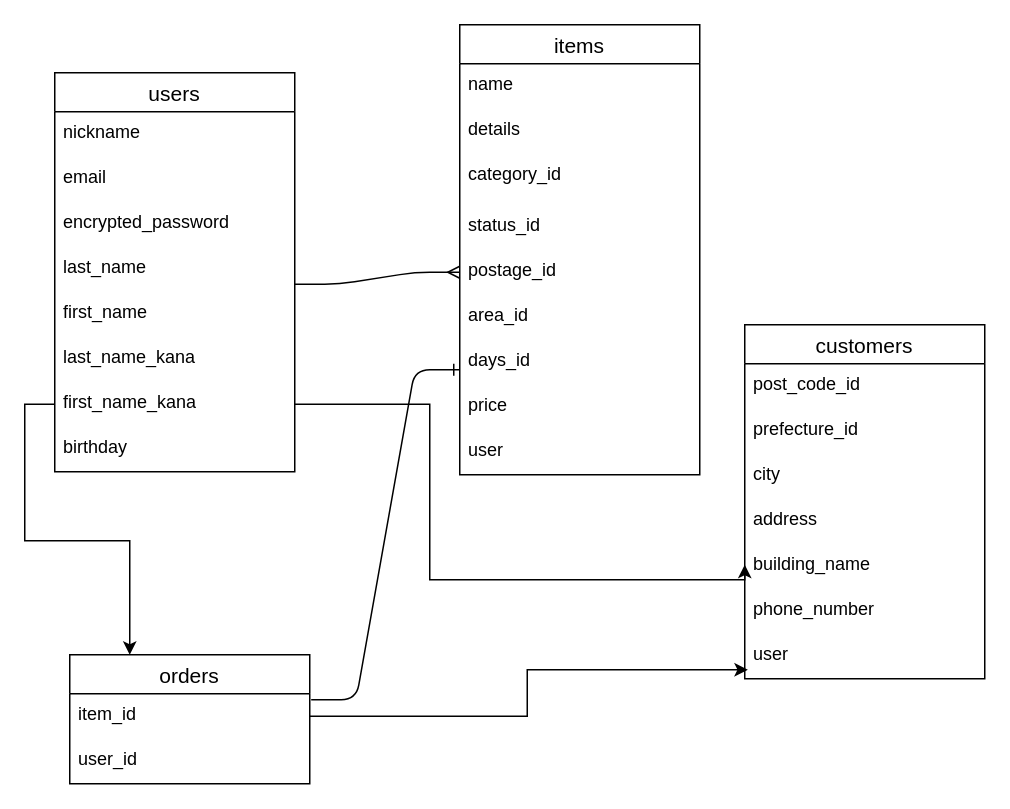
Above: test.dio in nozomi-itou/furima-32970 (draw.io), before the change. Source tidied: cells renumbered, new cells numbered last; positions are measured from the earlier drawing's top-left corner, leaving out a move shared by most shapes. Both pictures are drawn from the tidied source at 150%, with x=0, y=0 at pixel (54, 24).
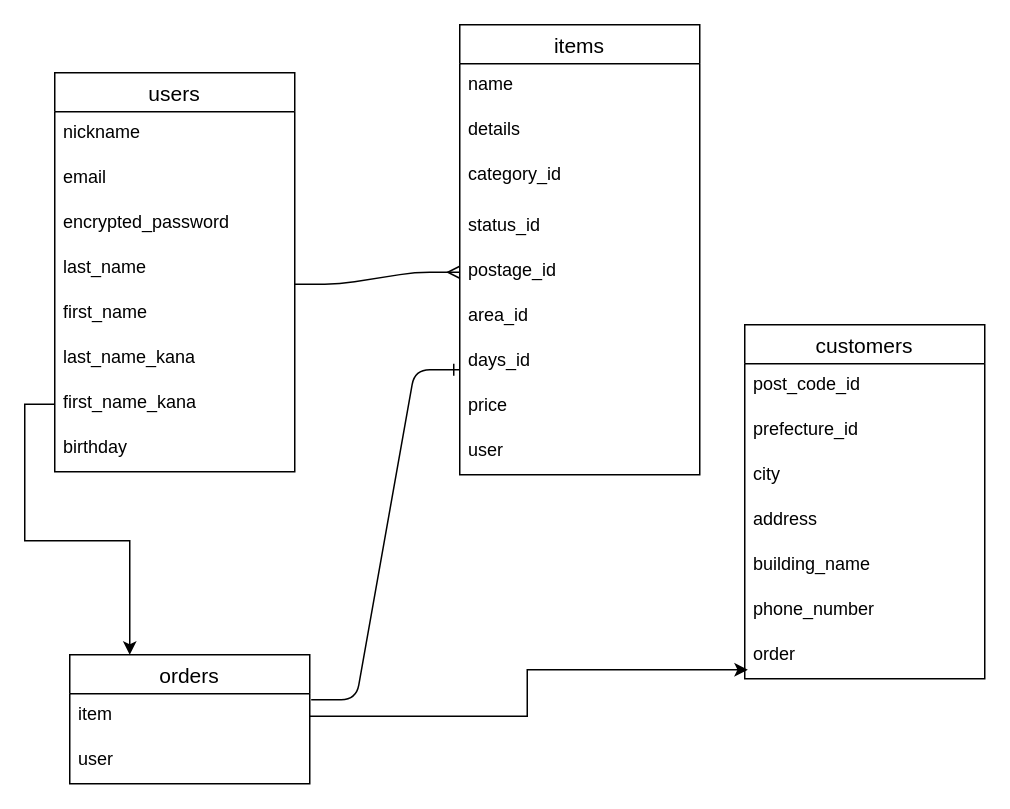
The same page after the edit.

Commit message (it also covers changes not shown here):
データベース設計の修正

Unchanged cells that the change refers to:
```xml
<mxCell id="19" value="first_name_kana" style="text;strokeColor=none;fillColor=none;spacingLeft=4;spacingRight=4;overflow=hidden;points=[[0,0.5],[1,0.5]];portConstraint=eastwest;fontSize=12;align=left;" parent="12" vertex="1">
  <mxGeometry y="206" width="160" height="30" as="geometry" />
</mxCell>
<mxCell id="21" value="orders" style="swimlane;fontStyle=0;horizontal=1;startSize=26;align=center;fontSize=14;" parent="1" vertex="1">
  <mxGeometry x="10" y="420" width="160" height="86" as="geometry" />
</mxCell>
<mxCell id="24" value="customers" style="swimlane;fontStyle=0;horizontal=1;startSize=26;align=center;fontSize=14;" parent="1" vertex="1">
  <mxGeometry x="460" y="200" width="160" height="236" as="geometry" />
</mxCell>
```

Change to the diagram source:
```diff
@@
-    <mxCell id="22" value="item_id" style="text;strokeColor=none;fillColor=none;spacingLeft=4;spacingRight=4;overflow=hidden;points=[[0,0.5],[1,0.5]];portConstraint=eastwest;fontSize=12;" parent="21" vertex="1">
+    <mxCell id="22" value="item" style="text;strokeColor=none;fillColor=none;spacingLeft=4;spacingRight=4;overflow=hidden;points=[[0,0.5],[1,0.5]];portConstraint=eastwest;fontSize=12;" parent="21" vertex="1">
       <mxGeometry y="26" width="160" height="30" as="geometry" />
     </mxCell>
-    <mxCell id="23" value="user_id" style="text;strokeColor=none;fillColor=none;spacingLeft=4;spacingRight=4;overflow=hidden;fontSize=12;" parent="21" vertex="1">
+    <mxCell id="23" value="user" style="text;strokeColor=none;fillColor=none;spacingLeft=4;spacingRight=4;overflow=hidden;fontSize=12;" parent="21" vertex="1">
       <mxGeometry y="56" width="160" height="30" as="geometry" />
     </mxCell>
@@
-    <mxCell id="31" value="user " style="text;strokeColor=none;fillColor=none;spacingLeft=4;spacingRight=4;overflow=hidden;points=[[0,0.5],[1,0.5]];portConstraint=eastwest;fontSize=12;" parent="24" vertex="1">
+    <mxCell id="31" value="order" style="text;strokeColor=none;fillColor=none;spacingLeft=4;spacingRight=4;overflow=hidden;points=[[0,0.5],[1,0.5]];portConstraint=eastwest;fontSize=12;" parent="24" vertex="1">
       <mxGeometry y="206" width="160" height="30" as="geometry" />
     </mxCell>
-    <mxCell id="32" style="edgeStyle=orthogonalEdgeStyle;rounded=0;jettySize=auto;html=1;exitX=1;exitY=0.5;exitDx=0;exitDy=0;" parent="1" edge="1" source="19">
-      <mxGeometry relative="1" as="geometry">
-        <mxPoint x="460" y="360" as="targetPoint" />
-        <Array as="points">
-          <mxPoint x="250" y="253" />
-          <mxPoint x="250" y="370" />
-          <mxPoint x="460" y="370" />
-        </Array>
-      </mxGeometry>
-    </mxCell>
```
